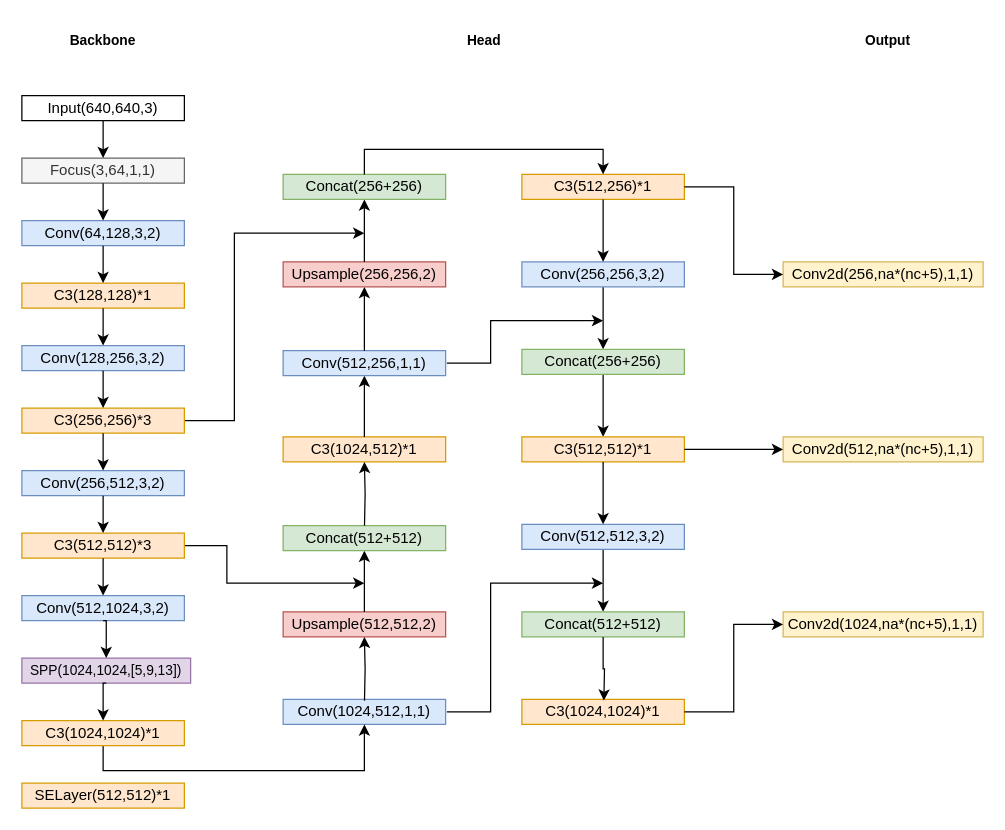
Above: data/vec_files/YOLOv5.drawio in duoduodanmohen/opencv (draw.io), before the change. Source tidied: cells renumbered, new cells numbered last; positions are measured from the earlier drawing's top-left corner, leaving out a move shared by most shapes. Both pictures are drawn from the tidied source at 125%, with x=0, y=0 at pixel (21, 21).
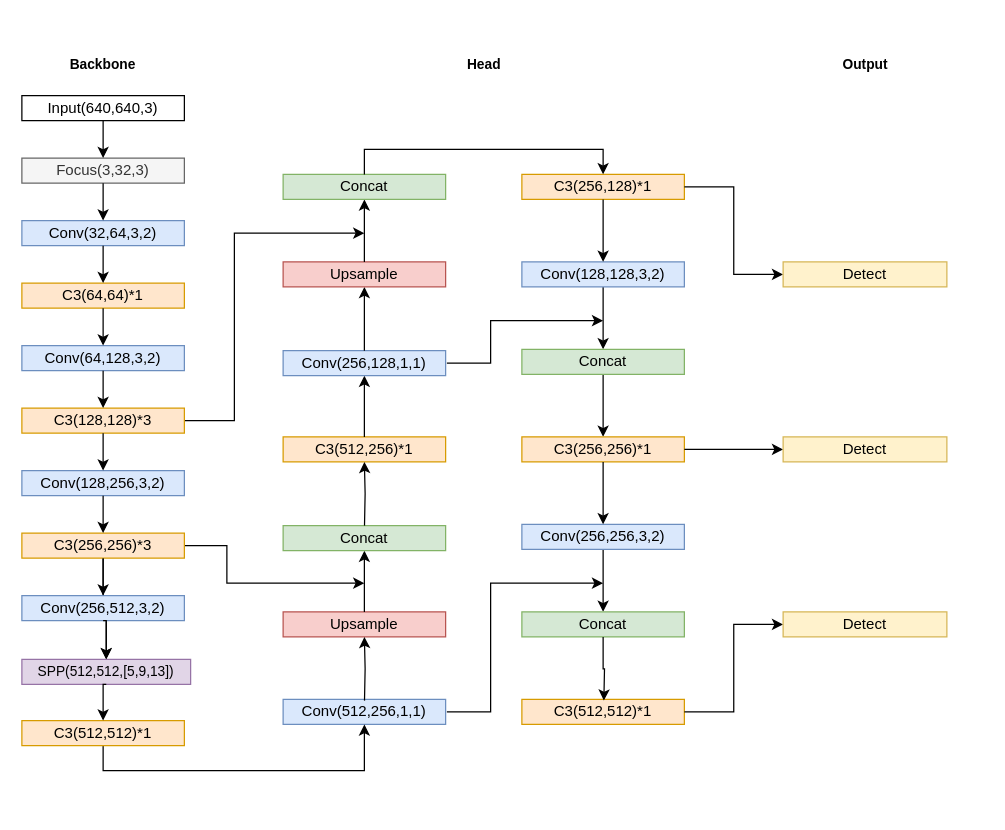
Above is the later version.

The change refers to these unchanged cells:
```xml
<mxCell id="2" style="group;" parent="1" vertex="1">
  <mxGeometry width="769" height="579" as="geometry" />
</mxCell>
<mxCell id="3" style="group;" parent="2" vertex="1">
  <mxGeometry x="209" y="122" width="130" height="440" as="geometry" />
</mxCell>
<mxCell id="15" style="group;" parent="2" vertex="1">
  <mxGeometry x="400" y="122" width="130" height="440" as="geometry" />
</mxCell>
```

What changed in the source:
```diff
@@
-    <mxCell id="4" value="Conv(1024,512,1,1)" style="rounded=0;whiteSpace=wrap;html=1;fillColor=#dae8fc;strokeColor=#6c8ebf;" parent="3" vertex="1">
+    <mxCell id="4" value="Conv(512,256,1,1)" style="rounded=0;whiteSpace=wrap;html=1;fillColor=#dae8fc;strokeColor=#6c8ebf;" parent="3" vertex="1">
       <mxGeometry y="420" width="130" height="20" as="geometry" />
     </mxCell>
-    <mxCell id="5" value="Upsample(512,512,2)" style="rounded=0;whiteSpace=wrap;html=1;fillColor=#f8cecc;strokeColor=#b85450;" parent="3" vertex="1">
+    <mxCell id="5" value="Upsample" style="rounded=0;whiteSpace=wrap;html=1;fillColor=#f8cecc;strokeColor=#b85450;" parent="3" vertex="1">
       <mxGeometry y="350" width="130" height="20" as="geometry" />
     </mxCell>
@@
-    <mxCell id="7" value="Concat(512+512)" style="rounded=0;whiteSpace=wrap;html=1;fillColor=#d5e8d4;strokeColor=#82b366;" parent="3" vertex="1">
+    <mxCell id="7" value="Concat" style="rounded=0;whiteSpace=wrap;html=1;fillColor=#d5e8d4;strokeColor=#82b366;" parent="3" vertex="1">
       <mxGeometry y="281" width="130" height="20" as="geometry" />
     </mxCell>
-    <mxCell id="8" value="C3(1024,512)*1" style="rounded=0;whiteSpace=wrap;html=1;fillColor=#ffe6cc;strokeColor=#d79b00;" parent="3" vertex="1">
+    <mxCell id="8" value="C3(512,256)*1" style="rounded=0;whiteSpace=wrap;html=1;fillColor=#ffe6cc;strokeColor=#d79b00;" parent="3" vertex="1">
       <mxGeometry y="210" width="130" height="20" as="geometry" />
     </mxCell>
@@
-    <mxCell id="10" value="Conv(512,256,1,1)" style="rounded=0;whiteSpace=wrap;html=1;fillColor=#dae8fc;strokeColor=#6c8ebf;" parent="3" vertex="1">
+    <mxCell id="10" value="Conv(256,128,1,1)" style="rounded=0;whiteSpace=wrap;html=1;fillColor=#dae8fc;strokeColor=#6c8ebf;" parent="3" vertex="1">
       <mxGeometry y="141" width="130" height="20" as="geometry" />
     </mxCell>
@@
-    <mxCell id="12" value="Upsample(256,256,2)" style="rounded=0;whiteSpace=wrap;html=1;fillColor=#f8cecc;strokeColor=#b85450;" parent="3" vertex="1">
+    <mxCell id="12" value="Upsample" style="rounded=0;whiteSpace=wrap;html=1;fillColor=#f8cecc;strokeColor=#b85450;" parent="3" vertex="1">
       <mxGeometry y="70" width="130" height="20" as="geometry" />
     </mxCell>
@@
-    <mxCell id="14" value="Concat(256+256)" style="rounded=0;whiteSpace=wrap;html=1;fillColor=#d5e8d4;strokeColor=#82b366;" parent="3" vertex="1">
+    <mxCell id="14" value="Concat" style="rounded=0;whiteSpace=wrap;html=1;fillColor=#d5e8d4;strokeColor=#82b366;" parent="3" vertex="1">
       <mxGeometry width="130" height="20" as="geometry" />
     </mxCell>
@@
-    <mxCell id="16" value="C3(512,256)*1" style="rounded=0;whiteSpace=wrap;html=1;fillColor=#ffe6cc;strokeColor=#d79b00;" parent="15" vertex="1">
+    <mxCell id="16" value="C3(256,128)*1" style="rounded=0;whiteSpace=wrap;html=1;fillColor=#ffe6cc;strokeColor=#d79b00;" parent="15" vertex="1">
       <mxGeometry width="130" height="20" as="geometry" />
     </mxCell>
@@
-    <mxCell id="18" value="Conv(256,256,3,2)" style="rounded=0;whiteSpace=wrap;html=1;fillColor=#dae8fc;strokeColor=#6c8ebf;" parent="15" vertex="1">
+    <mxCell id="18" value="Conv(128,128,3,2)" style="rounded=0;whiteSpace=wrap;html=1;fillColor=#dae8fc;strokeColor=#6c8ebf;" parent="15" vertex="1">
       <mxGeometry y="70" width="130" height="20" as="geometry" />
     </mxCell>
@@
-    <mxCell id="21" value="Concat(256+256)" style="rounded=0;whiteSpace=wrap;html=1;fillColor=#d5e8d4;strokeColor=#82b366;" parent="15" vertex="1">
+    <mxCell id="21" value="Concat" style="rounded=0;whiteSpace=wrap;html=1;fillColor=#d5e8d4;strokeColor=#82b366;" parent="15" vertex="1">
       <mxGeometry y="140" width="130" height="20" as="geometry" />
     </mxCell>
-    <mxCell id="22" value="C3(512,512)*1" style="rounded=0;whiteSpace=wrap;html=1;fillColor=#ffe6cc;strokeColor=#d79b00;" parent="15" vertex="1">
+    <mxCell id="22" value="C3(256,256)*1" style="rounded=0;whiteSpace=wrap;html=1;fillColor=#ffe6cc;strokeColor=#d79b00;" parent="15" vertex="1">
       <mxGeometry y="210" width="130" height="20" as="geometry" />
     </mxCell>
@@
-    <mxCell id="24" value="Conv(512,512,3,2)" style="rounded=0;whiteSpace=wrap;html=1;fillColor=#dae8fc;strokeColor=#6c8ebf;" parent="15" vertex="1">
+    <mxCell id="24" value="Conv(256,256,3,2)" style="rounded=0;whiteSpace=wrap;html=1;fillColor=#dae8fc;strokeColor=#6c8ebf;" parent="15" vertex="1">
       <mxGeometry y="280" width="130" height="20" as="geometry" />
     </mxCell>
@@
-    <mxCell id="26" value="Concat(512+512)" style="rounded=0;whiteSpace=wrap;html=1;fillColor=#d5e8d4;strokeColor=#82b366;" parent="15" vertex="1">
+    <mxCell id="26" value="Concat" style="rounded=0;whiteSpace=wrap;html=1;fillColor=#d5e8d4;strokeColor=#82b366;" parent="15" vertex="1">
       <mxGeometry y="350" width="130" height="20" as="geometry" />
     </mxCell>
-    <mxCell id="27" value="C3(1024,1024)*1" style="rounded=0;whiteSpace=wrap;html=1;fillColor=#ffe6cc;strokeColor=#d79b00;" parent="15" vertex="1">
+    <mxCell id="27" value="C3(512,512)*1" style="rounded=0;whiteSpace=wrap;html=1;fillColor=#ffe6cc;strokeColor=#d79b00;" parent="15" vertex="1">
       <mxGeometry y="420" width="130" height="20" as="geometry" />
     </mxCell>
@@
     <mxCell id="31" value="Backbone" style="text;html=1;strokeColor=none;fillColor=none;align=center;verticalAlign=middle;whiteSpace=wrap;rounded=0;fontSize=11;strokeWidth=2;fontStyle=1;flipV=1;" parent="2" vertex="1">
-      <mxGeometry x="35" width="60" height="30" as="geometry" />
+      <mxGeometry x="35" y="19" width="60" height="30" as="geometry" />
     </mxCell>
     <mxCell id="32" value="Head" style="text;html=1;strokeColor=none;fillColor=none;align=center;verticalAlign=middle;whiteSpace=wrap;rounded=0;fontSize=11;strokeWidth=2;fontStyle=1;flipV=1;" parent="2" vertex="1">
-      <mxGeometry x="340" width="60" height="30" as="geometry" />
+      <mxGeometry x="340" y="19" width="60" height="30" as="geometry" />
     </mxCell>
     <mxCell id="33" value="Output" style="text;html=1;strokeColor=none;fillColor=none;align=center;verticalAlign=middle;whiteSpace=wrap;rounded=0;fontSize=11;strokeWidth=2;fontStyle=1;flipV=1;" parent="2" vertex="1">
-      <mxGeometry x="663" width="60" height="30" as="geometry" />
+      <mxGeometry x="644.5" y="19" width="60" height="30" as="geometry" />
     </mxCell>
-    <mxCell id="34" style="group;" parent="2" vertex="1">
-      <mxGeometry x="609" y="192" width="160" height="300" as="geometry" />
-    </mxCell>
-    <mxCell id="35" value="Conv2d(256,na*(nc+5),1,1)" style="rounded=0;whiteSpace=wrap;html=1;fillColor=#fff2cc;strokeColor=#d6b656;" parent="34" vertex="1">
-      <mxGeometry width="160" height="20" as="geometry" />
-    </mxCell>
-    <mxCell id="36" value="Conv2d(512,na*(nc+5),1,1)" style="rounded=0;whiteSpace=wrap;html=1;fillColor=#fff2cc;strokeColor=#d6b656;" parent="34" vertex="1">
-      <mxGeometry y="140" width="160" height="20" as="geometry" />
-    </mxCell>
-    <mxCell id="37" value="Conv2d(1024,na*(nc+5),1,1)" style="rounded=0;whiteSpace=wrap;html=1;fillColor=#fff2cc;strokeColor=#d6b656;" parent="34" vertex="1">
-      <mxGeometry y="280" width="160" height="20" as="geometry" />
-    </mxCell>
@@
-    <mxCell id="39" style="edgeStyle=orthogonalEdgeStyle;rounded=0;jettySize=auto;html=1;exitX=0.5;exitY=1;exitDx=0;exitDy=0;entryX=0.5;entryY=1;entryDx=0;entryDy=0;fontSize=11;" parent="2" edge="1" source="66" target="4">
-      <mxGeometry relative="1" as="geometry" />
-    </mxCell>
@@
-    <mxCell id="48" value="Focus(3,64,1,1)" style="rounded=0;whiteSpace=wrap;html=1;fillColor=#f5f5f5;strokeColor=#666666;fontColor=#333333;" parent="2" vertex="1">
+    <mxCell id="48" value="Focus(3,32,3)" style="rounded=0;whiteSpace=wrap;html=1;fillColor=#f5f5f5;strokeColor=#666666;fontColor=#333333;" parent="2" vertex="1">
       <mxGeometry y="109" width="130" height="20" as="geometry" />
     </mxCell>
@@
-    <mxCell id="50" value="Conv(64,128,3,2)" style="rounded=0;whiteSpace=wrap;html=1;fillColor=#dae8fc;strokeColor=#6c8ebf;" parent="2" vertex="1">
+    <mxCell id="50" value="Conv(32,64,3,2)" style="rounded=0;whiteSpace=wrap;html=1;fillColor=#dae8fc;strokeColor=#6c8ebf;" parent="2" vertex="1">
       <mxGeometry y="159" width="130" height="20" as="geometry" />
     </mxCell>
@@
-    <mxCell id="52" value="C3(128,128)*1" style="rounded=0;whiteSpace=wrap;html=1;fillColor=#ffe6cc;strokeColor=#d79b00;" parent="2" vertex="1">
+    <mxCell id="52" value="C3(64,64)*1" style="rounded=0;whiteSpace=wrap;html=1;fillColor=#ffe6cc;strokeColor=#d79b00;" parent="2" vertex="1">
       <mxGeometry y="209" width="130" height="20" as="geometry" />
     </mxCell>
@@
-    <mxCell id="54" value="Conv(128,256,3,2)" style="rounded=0;whiteSpace=wrap;html=1;fillColor=#dae8fc;strokeColor=#6c8ebf;" parent="2" vertex="1">
+    <mxCell id="54" value="Conv(64,128,3,2)" style="rounded=0;whiteSpace=wrap;html=1;fillColor=#dae8fc;strokeColor=#6c8ebf;" parent="2" vertex="1">
       <mxGeometry y="259" width="130" height="20" as="geometry" />
     </mxCell>
@@
-    <mxCell id="56" value="C3(256,256)*3" style="rounded=0;whiteSpace=wrap;html=1;fillColor=#ffe6cc;strokeColor=#d79b00;" parent="2" vertex="1">
+    <mxCell id="56" value="C3(128,128)*3" style="rounded=0;whiteSpace=wrap;html=1;fillColor=#ffe6cc;strokeColor=#d79b00;" parent="2" vertex="1">
       <mxGeometry y="309" width="130" height="20" as="geometry" />
     </mxCell>
@@
-    <mxCell id="58" value="Conv(256,512,3,2)" style="rounded=0;whiteSpace=wrap;html=1;fillColor=#dae8fc;strokeColor=#6c8ebf;" parent="2" vertex="1">
+    <mxCell id="58" value="Conv(128,256,3,2)" style="rounded=0;whiteSpace=wrap;html=1;fillColor=#dae8fc;strokeColor=#6c8ebf;" parent="2" vertex="1">
       <mxGeometry y="359" width="130" height="20" as="geometry" />
     </mxCell>
@@
+    <mxCell id="69" style="edgeStyle=orthogonalEdgeStyle;rounded=0;jettySize=auto;html=1;" parent="2" edge="1" source="60" target="64">
+      <mxGeometry relative="1" as="geometry" />
+    </mxCell>
-    <mxCell id="60" value="C3(512,512)*3" style="rounded=0;whiteSpace=wrap;html=1;fillColor=#ffe6cc;strokeColor=#d79b00;" parent="2" vertex="1">
+    <mxCell id="60" value="C3(256,256)*3" style="rounded=0;whiteSpace=wrap;html=1;fillColor=#ffe6cc;strokeColor=#d79b00;" parent="2" vertex="1">
       <mxGeometry y="409" width="130" height="20" as="geometry" />
     </mxCell>
@@
-    <mxCell id="62" value="Conv(512,1024,3,2)" style="rounded=0;whiteSpace=wrap;html=1;fillColor=#dae8fc;strokeColor=#6c8ebf;" parent="2" vertex="1">
+    <mxCell id="62" value="Conv(256,512,3,2)" style="rounded=0;whiteSpace=wrap;html=1;fillColor=#dae8fc;strokeColor=#6c8ebf;" parent="2" vertex="1">
       <mxGeometry y="459" width="130" height="20" as="geometry" />
     </mxCell>
@@
-    <mxCell id="64" value="&lt;font style=&quot;font-size: 11px&quot;&gt;SPP(1024,1024,[5,9,13])&lt;/font&gt;" style="rounded=0;whiteSpace=wrap;html=1;fillColor=#e1d5e7;strokeColor=#9673a6;" parent="2" vertex="1">
-      <mxGeometry y="509" width="135" height="20" as="geometry" />
+    <mxCell id="64" value="&lt;font style=&quot;font-size: 11px&quot;&gt;SPP(512,512,[5,9,13])&lt;/font&gt;" style="rounded=0;whiteSpace=wrap;html=1;fillColor=#e1d5e7;strokeColor=#9673a6;" parent="2" vertex="1">
+      <mxGeometry y="510" width="135" height="20" as="geometry" />
     </mxCell>
@@
+    <mxCell id="39" style="edgeStyle=orthogonalEdgeStyle;rounded=0;jettySize=auto;html=1;exitX=0.5;exitY=1;exitDx=0;exitDy=0;entryX=0.5;entryY=1;entryDx=0;entryDy=0;" parent="2" edge="1" source="66" target="4">
+      <mxGeometry relative="1" as="geometry" />
+    </mxCell>
-    <mxCell id="66" value="C3(1024,1024)*1" style="rounded=0;whiteSpace=wrap;html=1;fillColor=#ffe6cc;strokeColor=#d79b00;" parent="2" vertex="1">
+    <mxCell id="66" value="C3(512,512)*1" style="rounded=0;whiteSpace=wrap;html=1;fillColor=#ffe6cc;strokeColor=#d79b00;" parent="2" vertex="1">
       <mxGeometry y="559" width="130" height="20" as="geometry" />
     </mxCell>
@@
-    <mxCell id="68" value="SELayer(512,512)*1" style="rounded=0;whiteSpace=wrap;html=1;fillColor=#ffe6cc;strokeColor=#d79b00;" parent="1" vertex="1">
-      <mxGeometry y="609" width="130" height="20" as="geometry" />
-    </mxCell>
+    <mxCell id="70" style="group;" parent="2" vertex="1">
+      <mxGeometry x="609" y="192" width="131" height="300" as="geometry" />
+    </mxCell>
+    <mxCell id="35" value="Detect" style="rounded=0;whiteSpace=wrap;html=1;fillColor=#fff2cc;strokeColor=#d6b656;" parent="70" vertex="1">
+      <mxGeometry width="131" height="20" as="geometry" />
+    </mxCell>
+    <mxCell id="36" value="Detect" style="rounded=0;whiteSpace=wrap;html=1;fillColor=#fff2cc;strokeColor=#d6b656;" parent="70" vertex="1">
+      <mxGeometry y="140" width="131" height="20" as="geometry" />
+    </mxCell>
+    <mxCell id="37" value="Detect" style="rounded=0;whiteSpace=wrap;html=1;fillColor=#fff2cc;strokeColor=#d6b656;" parent="70" vertex="1">
+      <mxGeometry y="280" width="131" height="20" as="geometry" />
+    </mxCell>
```
